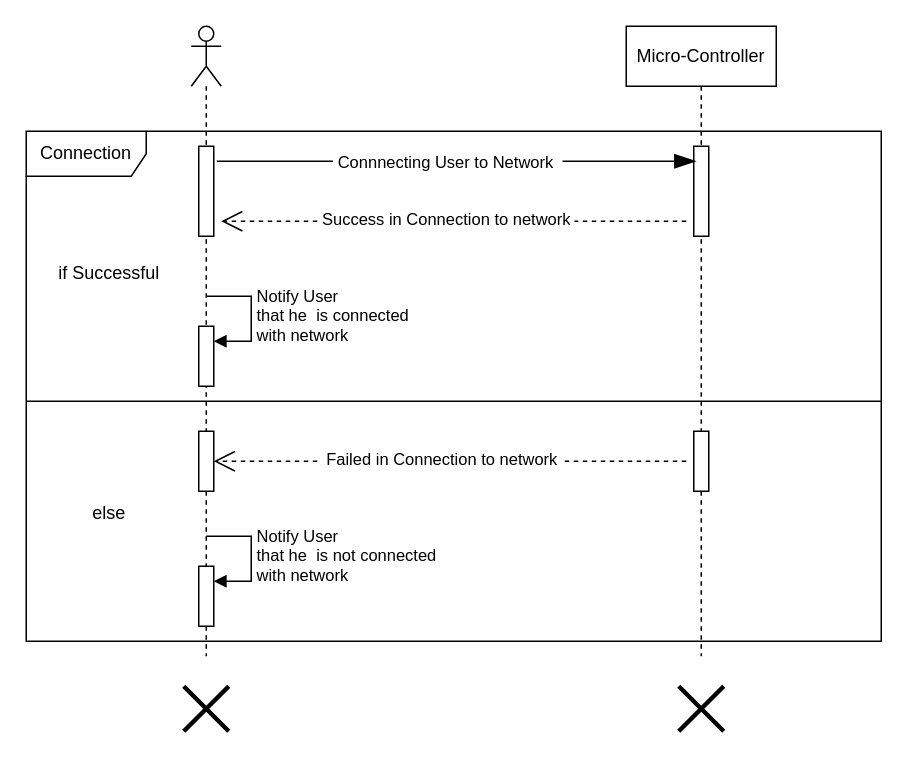
Above: Figures/Sequence Diagram/Draw-io/AndroCom_SequenceDiagram_MakingConnection.drawio in imharris24/AndroCom-Android (draw.io), before the change. Source tidied: cells renumbered, new cells numbered last; positions are measured from the earlier drawing's top-left corner, leaving out a move shared by most shapes. Both pictures are drawn from the tidied source at 150%, with x=0, y=0 at pixel (26, 26).
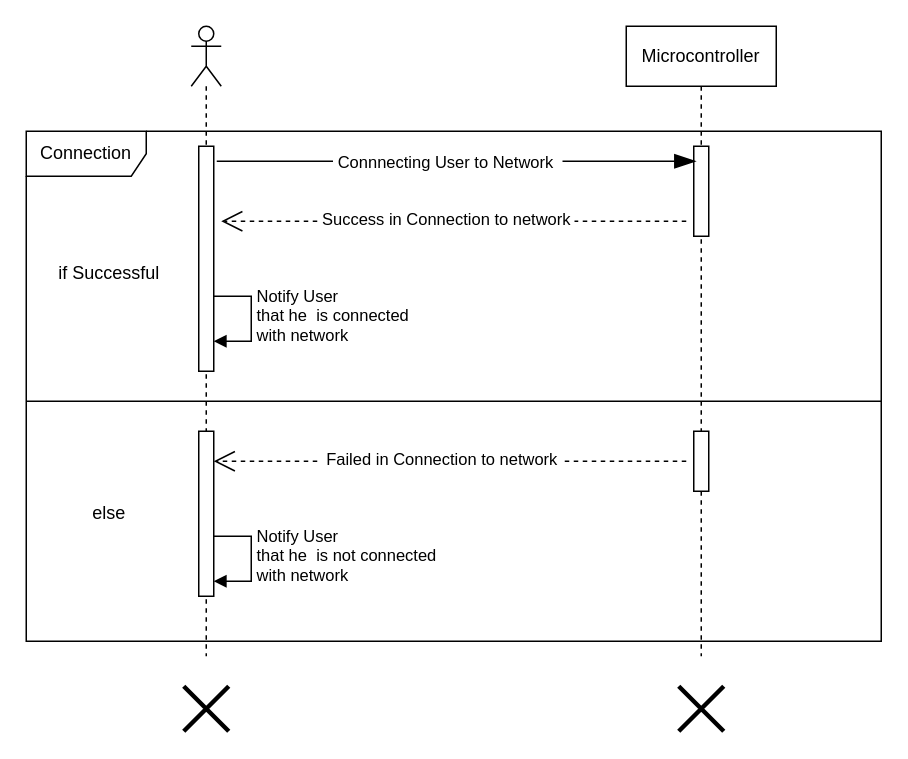
Above is the later version.

Commit message (it also covers changes not shown here):
Updating Sequence Diagram

Unchanged cells that the change refers to:
```xml
<mxCell id="5" style="shape=umlLifeline;perimeter=lifelinePerimeter;whiteSpace=wrap;html=1;newEdgeStyle={&quot;curved&quot;:0,&quot;rounded&quot;:0};participant=umlActor;" parent="1" vertex="1">
  <mxGeometry x="110" width="20" height="420" as="geometry" />
</mxCell>
```

What changed in the source:
```diff
@@
-    <mxCell id="2" value="Micro-Controller" style="shape=umlLifeline;perimeter=lifelinePerimeter;whiteSpace=wrap;html=1;newEdgeStyle={&quot;edgeStyle&quot;:&quot;elbowEdgeStyle&quot;,&quot;elbow&quot;:&quot;vertical&quot;,&quot;curved&quot;:0,&quot;rounded&quot;:0};" parent="1" vertex="1">
+    <mxCell id="2" value="Microcontroller" style="shape=umlLifeline;perimeter=lifelinePerimeter;whiteSpace=wrap;html=1;newEdgeStyle={&quot;edgeStyle&quot;:&quot;elbowEdgeStyle&quot;,&quot;elbow&quot;:&quot;vertical&quot;,&quot;curved&quot;:0,&quot;rounded&quot;:0};" parent="1" vertex="1">
       <mxGeometry x="400" width="100" height="420" as="geometry" />
     </mxCell>
@@
+    <mxCell id="8" value="Notify User&amp;nbsp;&lt;br&gt;that he&amp;nbsp; is connected&lt;br&gt;with network" style="html=1;align=left;spacingLeft=2;endArrow=block;rounded=0;edgeStyle=orthogonalEdgeStyle;curved=0;rounded=0;" parent="5" edge="1">
+      <mxGeometry relative="1" as="geometry">
+        <mxPoint x="10" y="180" as="sourcePoint" />
+        <mxPoint x="15" y="210" as="targetPoint" />
+        <Array as="points">
+          <mxPoint x="40" y="210" />
+        </Array>
+      </mxGeometry>
+    </mxCell>
     <mxCell id="6" style="html=1;perimeter=orthogonalPerimeter;targetShapes=umlLifeline;newEdgeStyle={&quot;curved&quot;:0,&quot;rounded&quot;:0};" parent="5" vertex="1">
-      <mxGeometry x="5" y="80" width="10" height="60" as="geometry" />
+      <mxGeometry x="5" y="80" width="10" height="150" as="geometry" />
     </mxCell>
-    <mxCell id="7" style="html=1;points=[[0,0,0,0,5],[0,1,0,0,-5],[1,0,0,0,5],[1,1,0,0,-5]];perimeter=orthogonalPerimeter;outlineConnect=0;targetShapes=umlLifeline;portConstraint=eastwest;newEdgeStyle={&quot;curved&quot;:0,&quot;rounded&quot;:0};" parent="5" vertex="1">
-      <mxGeometry x="5" y="200" width="10" height="40" as="geometry" />
-    </mxCell>
-    <mxCell id="8" value="Notify User&amp;nbsp;&lt;br&gt;that he&amp;nbsp; is connected&lt;br&gt;with network" style="html=1;align=left;spacingLeft=2;endArrow=block;rounded=0;edgeStyle=orthogonalEdgeStyle;curved=0;rounded=0;" parent="5" edge="1" target="7">
-      <mxGeometry relative="1" as="geometry">
-        <mxPoint x="10" y="180" as="sourcePoint" />
-        <Array as="points">
-          <mxPoint x="40" y="210" />
-        </Array>
-      </mxGeometry>
-    </mxCell>
+    <mxCell id="11" value="Notify User&amp;nbsp;&lt;br style=&quot;border-color: var(--border-color);&quot;&gt;that he&amp;nbsp; is not connected&lt;br style=&quot;border-color: var(--border-color);&quot;&gt;with network" style="html=1;align=left;spacingLeft=2;endArrow=block;rounded=0;edgeStyle=orthogonalEdgeStyle;curved=0;rounded=0;" parent="5" edge="1">
+      <mxGeometry relative="1" as="geometry">
+        <mxPoint x="10" y="340" as="sourcePoint" />
+        <mxPoint x="15" y="370" as="targetPoint" />
+        <Array as="points">
+          <mxPoint x="40" y="370" />
+        </Array>
+      </mxGeometry>
+    </mxCell>
     <mxCell id="9" style="html=1;points=[[0,0,0,0,5],[0,1,0,0,-5],[1,0,0,0,5],[1,1,0,0,-5]];perimeter=orthogonalPerimeter;outlineConnect=0;targetShapes=umlLifeline;portConstraint=eastwest;newEdgeStyle={&quot;curved&quot;:0,&quot;rounded&quot;:0};" parent="5" vertex="1">
-      <mxGeometry x="5" y="270" width="10" height="40" as="geometry" />
+      <mxGeometry x="5" y="270" width="10" height="110" as="geometry" />
     </mxCell>
-    <mxCell id="10" style="html=1;points=[[0,0,0,0,5],[0,1,0,0,-5],[1,0,0,0,5],[1,1,0,0,-5]];perimeter=orthogonalPerimeter;outlineConnect=0;targetShapes=umlLifeline;portConstraint=eastwest;newEdgeStyle={&quot;curved&quot;:0,&quot;rounded&quot;:0};" parent="5" vertex="1">
-      <mxGeometry x="5" y="360" width="10" height="40" as="geometry" />
-    </mxCell>
-    <mxCell id="11" value="Notify User&amp;nbsp;&lt;br style=&quot;border-color: var(--border-color);&quot;&gt;that he&amp;nbsp; is not connected&lt;br style=&quot;border-color: var(--border-color);&quot;&gt;with network" style="html=1;align=left;spacingLeft=2;endArrow=block;rounded=0;edgeStyle=orthogonalEdgeStyle;curved=0;rounded=0;" parent="5" edge="1" target="10">
-      <mxGeometry relative="1" as="geometry">
-        <mxPoint x="10" y="340" as="sourcePoint" />
-        <Array as="points">
-          <mxPoint x="40" y="370" />
-        </Array>
-      </mxGeometry>
-    </mxCell>
```
